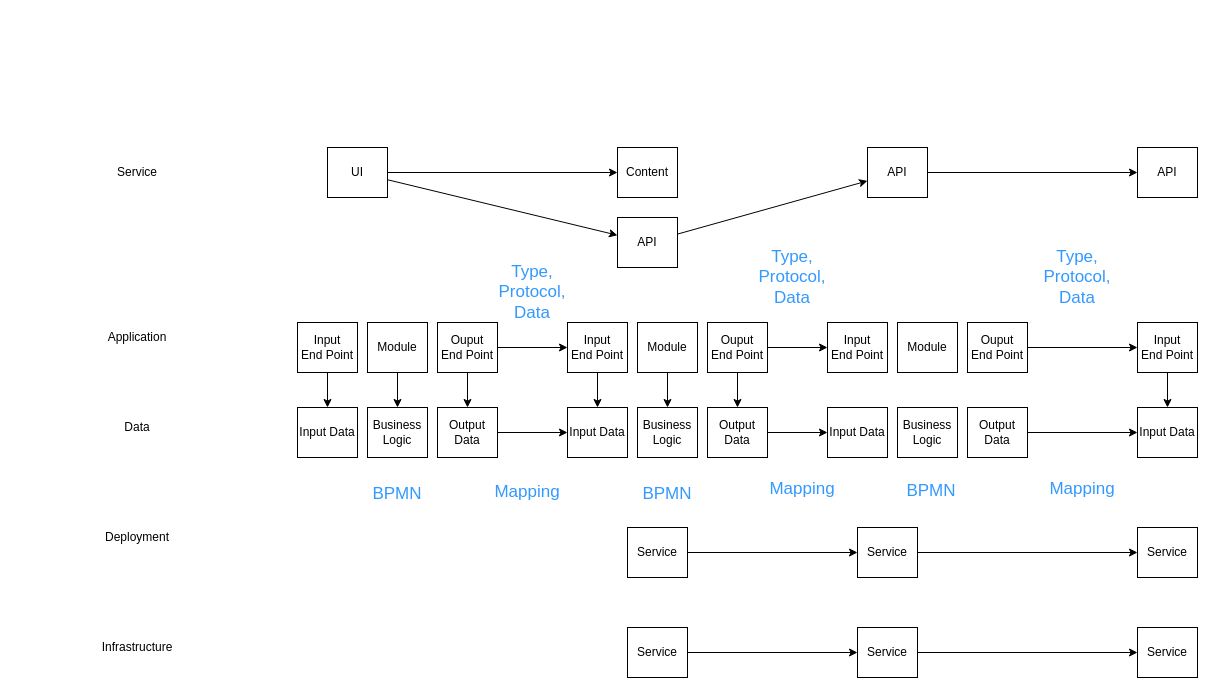
Before: _gxp/diagrams/Data-Modeling-Tech-Overview.drawio in governance-foundation/governance.foundation, a draw.io diagram. Source tidied: cells renumbered, new cells numbered last; positions are measured from the earlier drawing's top-left corner, leaving out a move shared by most shapes. Both pictures are drawn from the tidied source at 100%, with x=0, y=0 at pixel (17, 142).
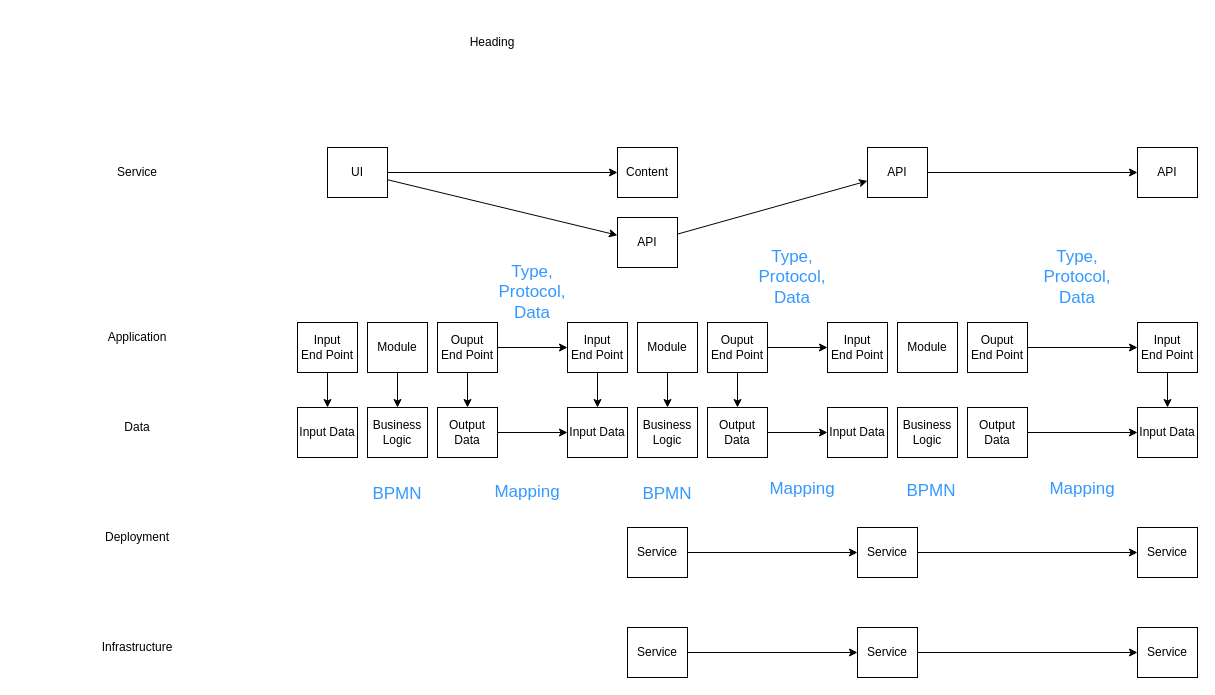
Above is the later version.

Change to the diagram source:
```diff
@@
+    <mxCell id="68" value="Heading" style="text;html=1;strokeColor=none;fillColor=none;align=center;verticalAlign=middle;whiteSpace=wrap;rounded=0;" parent="1" vertex="1">
+      <mxGeometry x="360" y="-125" width="230" height="50" as="geometry" />
+    </mxCell>
```
